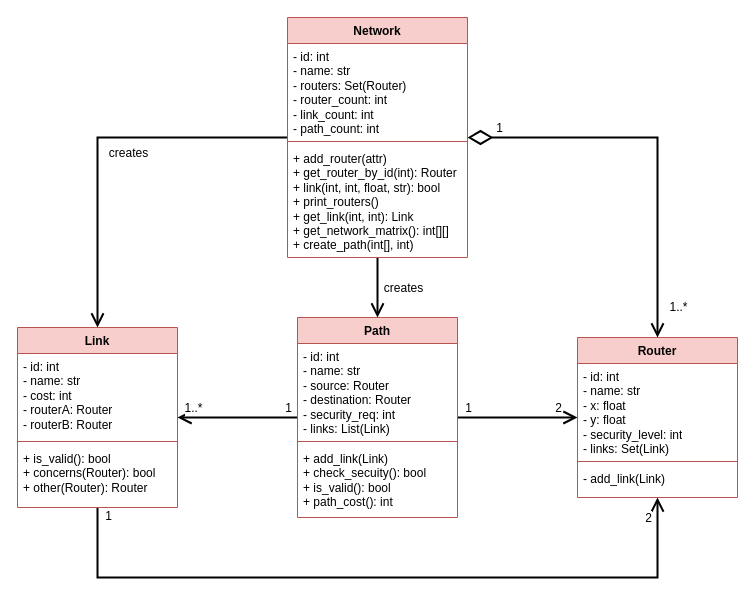
Above: page "Page-2" (2 of 2) of pynet_router.drawio in aobh2763/pynet-router (draw.io), before the change. Source tidied: cells renumbered, new cells numbered last; positions are measured from the earlier drawing's top-left corner, leaving out a move shared by most shapes. Both pictures are drawn from the tidied source at 100%, with x=0, y=0 at pixel (17, 17).
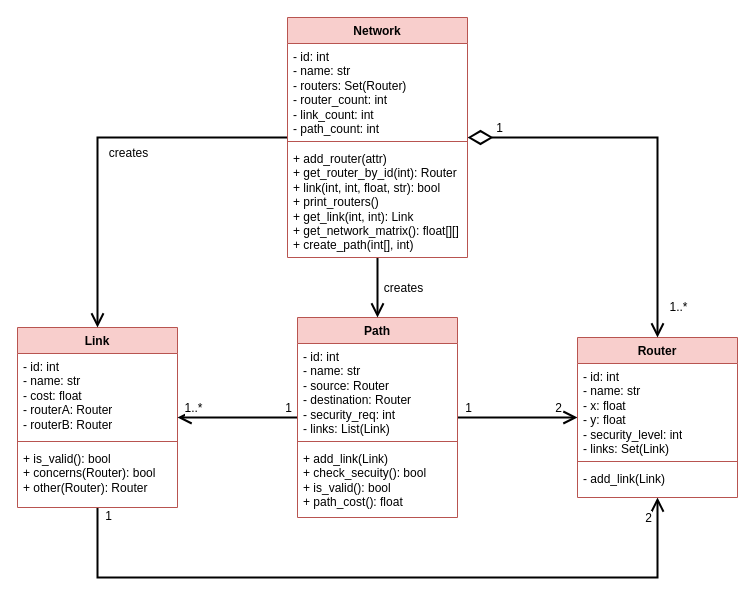
Above is the later version.

The change refers to these unchanged cells:
```xml
<mxCell id="5" value="Link" style="swimlane;fontStyle=1;align=center;verticalAlign=top;horizontal=1;startSize=26;whiteSpace=wrap;html=1;fillColor=#f8cecc;strokeColor=#b85450;fontColor=#000000;" parent="1" vertex="1">
  <mxGeometry y="310" width="160" height="180" as="geometry" />
</mxCell>
<mxCell id="14" value="Path" style="swimlane;fontStyle=1;align=center;verticalAlign=top;horizontal=1;startSize=26;whiteSpace=wrap;html=1;fillColor=#f8cecc;strokeColor=#b85450;fontColor=#000000;" parent="1" vertex="1">
  <mxGeometry x="280" y="300" width="160" height="200" as="geometry" />
</mxCell>
<mxCell id="29" value="Network" style="swimlane;fontStyle=1;align=center;verticalAlign=top;horizontal=1;startSize=26;whiteSpace=wrap;html=1;fillColor=#f8cecc;strokeColor=#b85450;fontColor=#000000;" parent="1" vertex="1">
  <mxGeometry x="270" width="180" height="240" as="geometry" />
</mxCell>
```

What changed in the source:
```diff
@@
-    <mxCell id="6" value="&lt;font style=&quot;color: rgb(0, 0, 0);&quot;&gt;- id: int&lt;/font&gt;&lt;div&gt;&lt;font style=&quot;color: rgb(0, 0, 0);&quot;&gt;- name: str&lt;/font&gt;&lt;/div&gt;&lt;div&gt;&lt;font style=&quot;color: rgb(0, 0, 0);&quot;&gt;- cost: int&lt;/font&gt;&lt;/div&gt;&lt;div&gt;&lt;font style=&quot;color: rgb(0, 0, 0);&quot;&gt;- routerA: Router&lt;/font&gt;&lt;/div&gt;&lt;div&gt;&lt;font style=&quot;color: rgb(0, 0, 0);&quot;&gt;- routerB: Router&lt;/font&gt;&lt;/div&gt;" style="text;strokeColor=none;fillColor=none;align=left;verticalAlign=top;spacingLeft=4;spacingRight=4;overflow=hidden;whiteSpace=wrap;html=1;fontColor=#000000;" parent="5" vertex="1">
+    <mxCell id="6" value="&lt;font style=&quot;color: rgb(0, 0, 0);&quot;&gt;- id: int&lt;/font&gt;&lt;div&gt;&lt;font style=&quot;color: rgb(0, 0, 0);&quot;&gt;- name: str&lt;/font&gt;&lt;/div&gt;&lt;div&gt;&lt;font style=&quot;color: rgb(0, 0, 0);&quot;&gt;- cost: float&lt;/font&gt;&lt;/div&gt;&lt;div&gt;&lt;font style=&quot;color: rgb(0, 0, 0);&quot;&gt;- routerA: Router&lt;/font&gt;&lt;/div&gt;&lt;div&gt;&lt;font style=&quot;color: rgb(0, 0, 0);&quot;&gt;- routerB: Router&lt;/font&gt;&lt;/div&gt;" style="text;strokeColor=none;fillColor=none;align=left;verticalAlign=top;spacingLeft=4;spacingRight=4;overflow=hidden;whiteSpace=wrap;html=1;fontColor=#000000;" parent="5" vertex="1">
       <mxGeometry y="26" width="160" height="84" as="geometry" />
     </mxCell>
@@
-    <mxCell id="17" value="&lt;div&gt;&lt;font style=&quot;color: rgb(0, 0, 0);&quot;&gt;+ add_link(Link)&lt;/font&gt;&lt;/div&gt;&lt;div&gt;&lt;font style=&quot;color: rgb(0, 0, 0);&quot;&gt;+ check_secuity(): bool&lt;/font&gt;&lt;/div&gt;&lt;font style=&quot;color: rgb(0, 0, 0);&quot;&gt;+ is_valid(): bool&lt;/font&gt;&lt;div&gt;&lt;font style=&quot;color: rgb(0, 0, 0);&quot;&gt;+ path_cost(): int&lt;/font&gt;&lt;/div&gt;" style="text;strokeColor=none;fillColor=none;align=left;verticalAlign=top;spacingLeft=4;spacingRight=4;overflow=hidden;whiteSpace=wrap;html=1;fontColor=#000000;" parent="14" vertex="1">
+    <mxCell id="17" value="&lt;div&gt;&lt;font style=&quot;color: rgb(0, 0, 0);&quot;&gt;+ add_link(Link)&lt;/font&gt;&lt;/div&gt;&lt;div&gt;&lt;font style=&quot;color: rgb(0, 0, 0);&quot;&gt;+ check_secuity(): bool&lt;/font&gt;&lt;/div&gt;&lt;font style=&quot;color: rgb(0, 0, 0);&quot;&gt;+ is_valid(): bool&lt;/font&gt;&lt;div&gt;&lt;font style=&quot;color: rgb(0, 0, 0);&quot;&gt;+ path_cost(): float&lt;/font&gt;&lt;/div&gt;" style="text;strokeColor=none;fillColor=none;align=left;verticalAlign=top;spacingLeft=4;spacingRight=4;overflow=hidden;whiteSpace=wrap;html=1;fontColor=#000000;" parent="14" vertex="1">
       <mxGeometry y="128" width="160" height="72" as="geometry" />
     </mxCell>
@@
-    <mxCell id="32" value="&lt;font style=&quot;color: rgb(0, 0, 0);&quot;&gt;+ add_router(attr)&lt;/font&gt;&lt;div&gt;&lt;font style=&quot;color: rgb(0, 0, 0);&quot;&gt;+ get_router_by_id(int): Router&lt;/font&gt;&lt;/div&gt;&lt;div&gt;&lt;div&gt;&lt;div&gt;&lt;font style=&quot;color: rgb(0, 0, 0);&quot;&gt;+ link(int, int, float, str): bool&lt;/font&gt;&lt;/div&gt;&lt;/div&gt;&lt;/div&gt;&lt;div&gt;&lt;font style=&quot;color: rgb(0, 0, 0);&quot;&gt;+ print_routers()&lt;/font&gt;&lt;/div&gt;&lt;div&gt;&lt;font style=&quot;color: rgb(0, 0, 0);&quot;&gt;+ get_link(int, int): Link&lt;/font&gt;&lt;/div&gt;&lt;div&gt;&lt;font color=&quot;#000000&quot;&gt;+ get_network_matrix(): int[][]&lt;/font&gt;&lt;/div&gt;&lt;div&gt;&lt;font color=&quot;#000000&quot;&gt;+ create_path(int[], int)&lt;/font&gt;&lt;/div&gt;" style="text;strokeColor=none;fillColor=none;align=left;verticalAlign=top;spacingLeft=4;spacingRight=4;overflow=hidden;whiteSpace=wrap;html=1;fontColor=#000000;" parent="29" vertex="1">
+    <mxCell id="32" value="&lt;font style=&quot;color: rgb(0, 0, 0);&quot;&gt;+ add_router(attr)&lt;/font&gt;&lt;div&gt;&lt;font style=&quot;color: rgb(0, 0, 0);&quot;&gt;+ get_router_by_id(int): Router&lt;/font&gt;&lt;/div&gt;&lt;div&gt;&lt;div&gt;&lt;div&gt;&lt;font style=&quot;color: rgb(0, 0, 0);&quot;&gt;+ link(int, int, float, str): bool&lt;/font&gt;&lt;/div&gt;&lt;/div&gt;&lt;/div&gt;&lt;div&gt;&lt;font style=&quot;color: rgb(0, 0, 0);&quot;&gt;+ print_routers()&lt;/font&gt;&lt;/div&gt;&lt;div&gt;&lt;font style=&quot;color: rgb(0, 0, 0);&quot;&gt;+ get_link(int, int): Link&lt;/font&gt;&lt;/div&gt;&lt;div&gt;&lt;font color=&quot;#000000&quot;&gt;+ get_network_matrix(): float[][]&lt;/font&gt;&lt;/div&gt;&lt;div&gt;&lt;font color=&quot;#000000&quot;&gt;+ create_path(int[], int)&lt;/font&gt;&lt;/div&gt;" style="text;strokeColor=none;fillColor=none;align=left;verticalAlign=top;spacingLeft=4;spacingRight=4;overflow=hidden;whiteSpace=wrap;html=1;fontColor=#000000;" parent="29" vertex="1">
       <mxGeometry y="128" width="180" height="112" as="geometry" />
     </mxCell>
```
